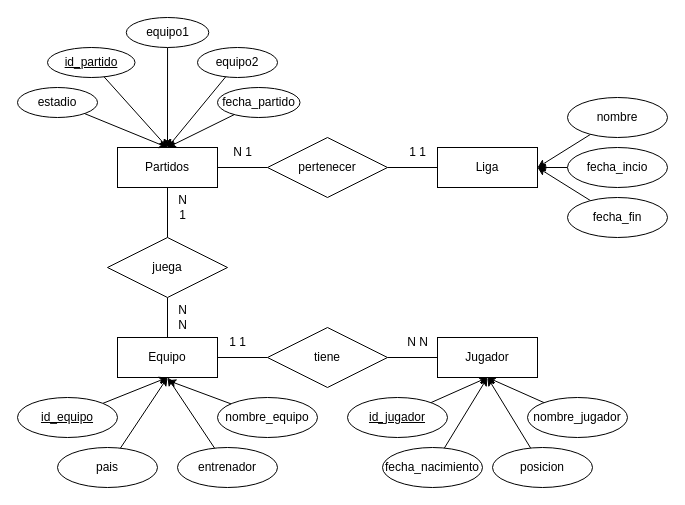
The draw.io diagram ej10.drawio in adriii28/amr-tsys-C3U12-11102023, before the edit. Source tidied: cells renumbered, new cells numbered last; positions are measured from the earlier drawing's top-left corner, leaving out a move shared by most shapes. Both pictures are drawn from the tidied source at 100%, with x=0, y=0 at pixel (17, 17).
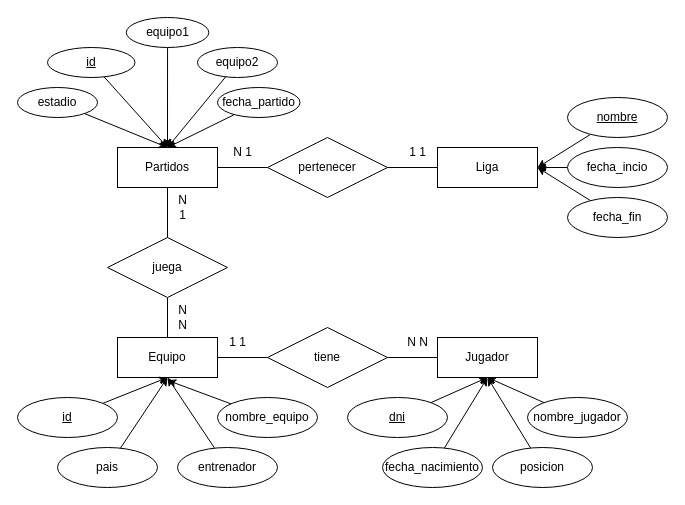
After the change.

Diff of the diagram source:
```diff
@@
-    <mxCell id="7" value="id_equipo" style="ellipse;whiteSpace=wrap;html=1;align=center;fontStyle=4;" parent="1" vertex="1">
+    <mxCell id="7" value="id" style="ellipse;whiteSpace=wrap;html=1;align=center;fontStyle=4;" parent="1" vertex="1">
       <mxGeometry y="380" width="100" height="40" as="geometry" />
     </mxCell>
@@
-    <mxCell id="9" value="id_jugador" style="ellipse;whiteSpace=wrap;html=1;align=center;fontStyle=4;" parent="1" vertex="1">
+    <mxCell id="9" value="dni" style="ellipse;whiteSpace=wrap;html=1;align=center;fontStyle=4;" parent="1" vertex="1">
       <mxGeometry x="330" y="380" width="100" height="40" as="geometry" />
     </mxCell>
@@
-    <mxCell id="22" value="id_partido" style="ellipse;whiteSpace=wrap;html=1;align=center;fontStyle=4;" parent="1" vertex="1">
+    <mxCell id="22" value="id" style="ellipse;whiteSpace=wrap;html=1;align=center;fontStyle=4;" parent="1" vertex="1">
       <mxGeometry x="30" y="30" width="87.5" height="30" as="geometry" />
     </mxCell>
@@
-    <mxCell id="39" value="nombre" style="ellipse;whiteSpace=wrap;html=1;align=center;" parent="1" vertex="1">
+    <mxCell id="39" value="nombre" style="ellipse;whiteSpace=wrap;html=1;align=center;fontStyle=4;" parent="1" vertex="1">
       <mxGeometry x="550" y="80" width="100" height="40" as="geometry" />
     </mxCell>
```
